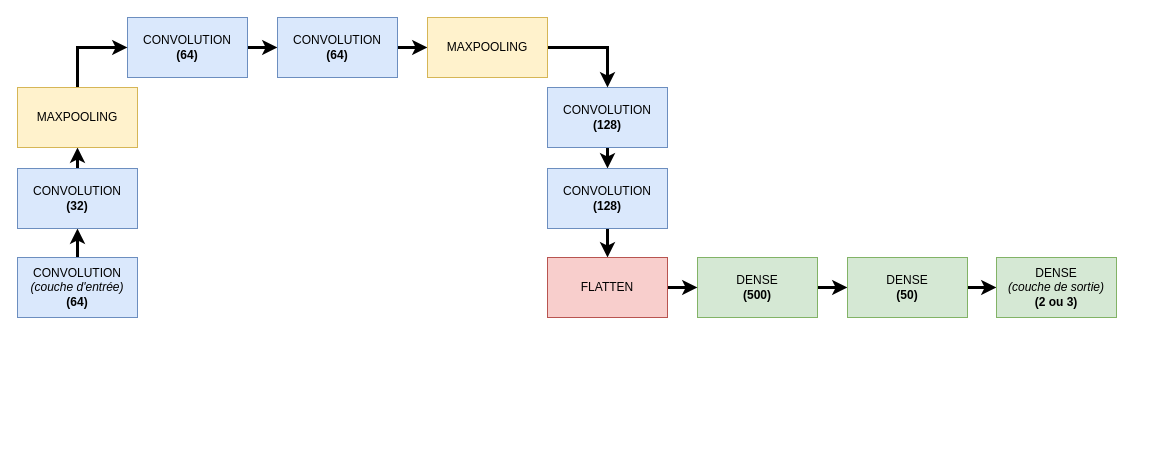
The draw.io diagram page "Page-1" (1 of 2) of doc/presentation/Figures/DRNNVert2.drawio in ddrous/projet-inverse-2d, before the edit. Source tidied: cells renumbered, new cells numbered last; positions are measured from the earlier drawing's top-left corner, leaving out a move shared by most shapes. Both pictures are drawn from the tidied source at 100%, with x=0, y=0 at pixel (17, 17).
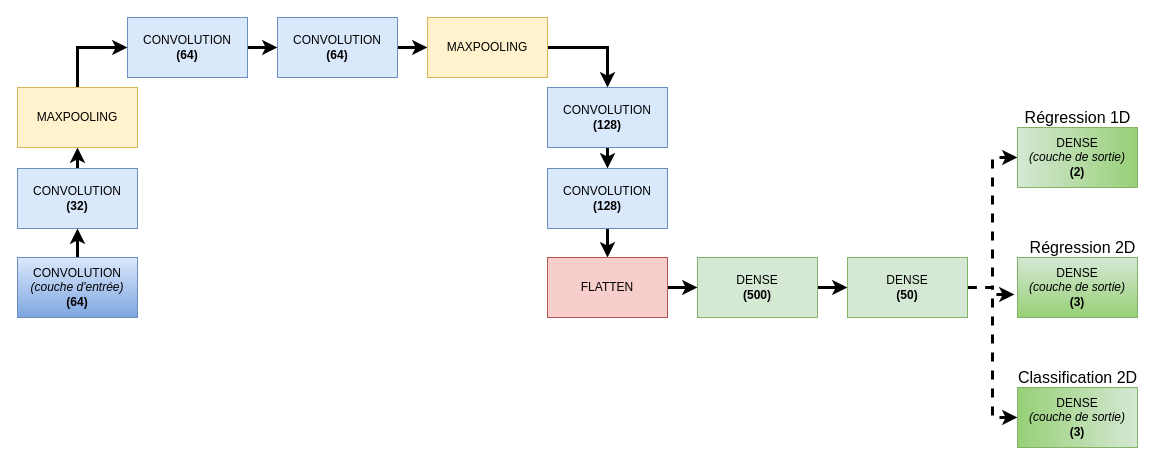
After the change.

The change refers to these unchanged cells:
```xml
<mxCell id="17" value="&lt;font face=&quot;Iwona&quot;&gt;DENSE&lt;br&gt;&lt;/font&gt;&lt;b style=&quot;font-family: &amp;#34;iwona&amp;#34;&quot;&gt;(50)&lt;/b&gt;&lt;font face=&quot;Iwona&quot;&gt;&lt;br&gt;&lt;/font&gt;" style="rounded=0;whiteSpace=wrap;html=1;rotation=0;fillColor=#d5e8d4;strokeColor=#82b366;" parent="1" vertex="1">
  <mxGeometry x="830" y="240" width="120" height="60" as="geometry" />
</mxCell>
```

What changed in the source:
```diff
@@
-    <mxCell id="3" value="&lt;font face=&quot;Iwona&quot;&gt;CONVOLUTION&lt;br&gt;&lt;i&gt;(couche d'entrée)&lt;/i&gt;&lt;br&gt;&lt;b&gt;(64)&lt;/b&gt;&lt;br&gt;&lt;/font&gt;" style="rounded=0;whiteSpace=wrap;html=1;rotation=0;fillColor=#dae8fc;strokeColor=#6c8ebf;" parent="1" vertex="1">
+    <mxCell id="3" value="&lt;font face=&quot;Iwona&quot;&gt;CONVOLUTION&lt;br&gt;&lt;i&gt;(couche d'entrée)&lt;/i&gt;&lt;br&gt;&lt;b&gt;(64)&lt;/b&gt;&lt;br&gt;&lt;/font&gt;" style="rounded=0;whiteSpace=wrap;html=1;rotation=0;fillColor=#dae8fc;strokeColor=#6c8ebf;gradientColor=#7ea6e0;" parent="1" vertex="1">
       <mxGeometry y="240" width="120" height="60" as="geometry" />
     </mxCell>
@@
-    <mxCell id="16" style="edgeStyle=orthogonalEdgeStyle;rounded=0;jettySize=auto;html=1;exitX=1;exitY=0.5;exitDx=0;exitDy=0;entryX=0;entryY=0.5;entryDx=0;entryDy=0;strokeWidth=3;" parent="1" edge="1" source="17" target="20">
+    <mxCell id="16" style="edgeStyle=orthogonalEdgeStyle;rounded=0;jettySize=auto;html=1;exitX=1;exitY=0.5;exitDx=0;exitDy=0;entryX=0;entryY=0.5;entryDx=0;entryDy=0;strokeWidth=3;dashed=1;" parent="1" edge="1" source="17" target="20">
       <mxGeometry relative="1" as="geometry" />
     </mxCell>
+    <mxCell id="25" style="edgeStyle=orthogonalEdgeStyle;rounded=0;jettySize=auto;html=1;exitX=1;exitY=0.5;exitDx=0;exitDy=0;entryX=-0.025;entryY=0.617;entryDx=0;entryDy=0;entryPerimeter=0;dashed=1;strokeWidth=3;" parent="1" edge="1" source="17" target="27">
+      <mxGeometry relative="1" as="geometry" />
+    </mxCell>
+    <mxCell id="26" style="edgeStyle=orthogonalEdgeStyle;rounded=0;jettySize=auto;html=1;exitX=1;exitY=0.5;exitDx=0;exitDy=0;entryX=0;entryY=0.5;entryDx=0;entryDy=0;dashed=1;strokeWidth=3;" parent="1" edge="1" source="17" target="28">
+      <mxGeometry relative="1" as="geometry" />
+    </mxCell>
@@
-    <mxCell id="20" value="&lt;font face=&quot;Iwona&quot;&gt;DENSE&lt;br&gt;&lt;i&gt;(couche de sortie)&lt;br&gt;&lt;/i&gt;&lt;/font&gt;&lt;b style=&quot;font-family: &amp;#34;iwona&amp;#34;&quot;&gt;(2 ou 3)&lt;/b&gt;&lt;font face=&quot;Iwona&quot;&gt;&lt;i&gt;&lt;br&gt;&lt;/i&gt;&lt;/font&gt;" style="rounded=0;whiteSpace=wrap;html=1;rotation=0;fillColor=#d5e8d4;strokeColor=#82b366;" parent="1" vertex="1">
-      <mxGeometry x="979" y="240" width="120" height="60" as="geometry" />
+    <mxCell id="20" value="&lt;font face=&quot;Iwona&quot;&gt;DENSE&lt;br&gt;&lt;i&gt;(couche de sortie)&lt;br&gt;&lt;/i&gt;&lt;/font&gt;&lt;b style=&quot;font-family: &amp;#34;iwona&amp;#34;&quot;&gt;(2)&lt;/b&gt;&lt;font face=&quot;Iwona&quot;&gt;&lt;i&gt;&lt;br&gt;&lt;/i&gt;&lt;/font&gt;" style="rounded=0;whiteSpace=wrap;html=1;rotation=0;fillColor=#d5e8d4;strokeColor=#82b366;gradientColor=#97d077;gradientDirection=east;" parent="1" vertex="1">
+      <mxGeometry x="1000" y="110" width="120" height="60" as="geometry" />
     </mxCell>
@@
+    <mxCell id="27" value="&lt;font face=&quot;Iwona&quot;&gt;DENSE&lt;br&gt;&lt;i&gt;(couche de sortie)&lt;br&gt;&lt;/i&gt;&lt;/font&gt;&lt;b style=&quot;font-family: &amp;#34;iwona&amp;#34;&quot;&gt;(3)&lt;/b&gt;&lt;font face=&quot;Iwona&quot;&gt;&lt;i&gt;&lt;br&gt;&lt;/i&gt;&lt;/font&gt;" style="rounded=0;whiteSpace=wrap;html=1;rotation=0;fillColor=#d5e8d4;strokeColor=#82b366;gradientColor=#97d077;" parent="1" vertex="1">
+      <mxGeometry x="1000" y="240" width="120" height="60" as="geometry" />
+    </mxCell>
+    <mxCell id="28" value="&lt;font face=&quot;Iwona&quot;&gt;DENSE&lt;br&gt;&lt;i&gt;(couche de sortie)&lt;br&gt;&lt;/i&gt;&lt;/font&gt;&lt;b style=&quot;font-family: &amp;#34;iwona&amp;#34;&quot;&gt;(3)&lt;/b&gt;&lt;font face=&quot;Iwona&quot;&gt;&lt;i&gt;&lt;br&gt;&lt;/i&gt;&lt;/font&gt;" style="rounded=0;whiteSpace=wrap;html=1;rotation=0;fillColor=#d5e8d4;strokeColor=#82b366;gradientColor=#97d077;gradientDirection=west;" parent="1" vertex="1">
+      <mxGeometry x="1000" y="370" width="120" height="60" as="geometry" />
+    </mxCell>
+    <mxCell id="29" value="&lt;font face=&quot;Iwona&quot; style=&quot;font-size: 16px&quot;&gt;Régression 1D&lt;/font&gt;" style="text;html=1;align=center;verticalAlign=middle;" parent="1" vertex="1">
+      <mxGeometry x="1000" y="90" width="120" height="20" as="geometry" />
+    </mxCell>
+    <mxCell id="30" value="&lt;font face=&quot;Iwona&quot; style=&quot;font-size: 16px&quot;&gt;Régression 2D&lt;/font&gt;" style="text;html=1;align=center;verticalAlign=middle;" parent="1" vertex="1">
+      <mxGeometry x="1005" y="220" width="120" height="20" as="geometry" />
+    </mxCell>
+    <mxCell id="31" value="&lt;font face=&quot;Iwona&quot; style=&quot;font-size: 16px&quot;&gt;Classification 2D&lt;/font&gt;" style="text;html=1;align=center;verticalAlign=middle;" parent="1" vertex="1">
+      <mxGeometry x="995" y="350" width="130" height="20" as="geometry" />
+    </mxCell>
```
